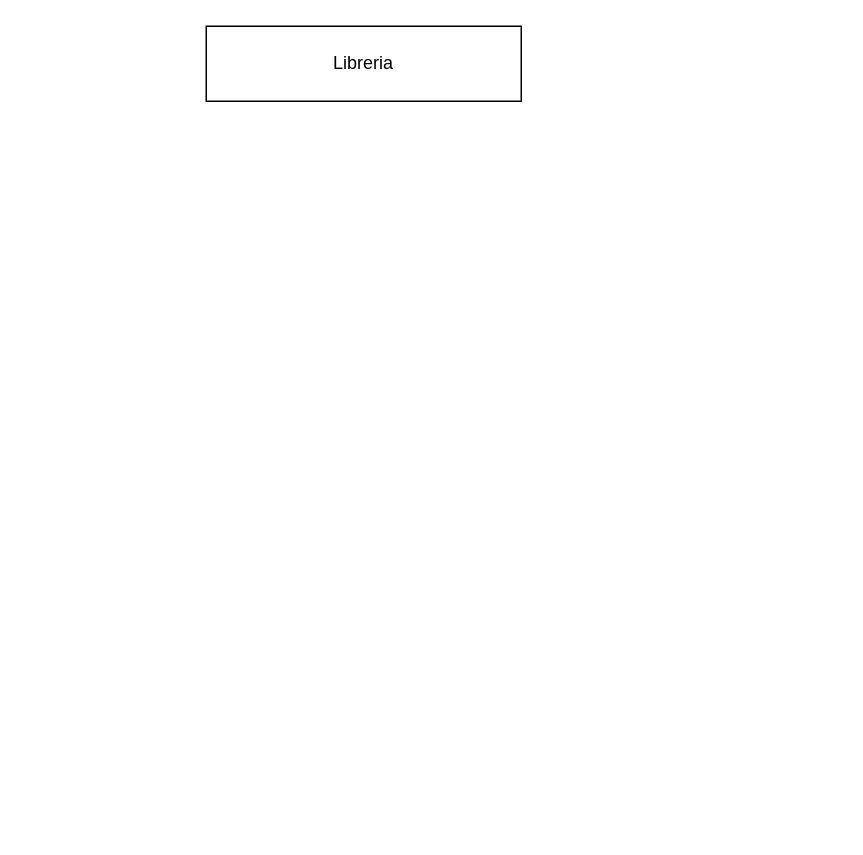
This is Cuadro Entidad Relacion Libreria.drawio from EzequielLST/SQL-Trabajo-final, a draw.io file, before an edit. Source tidied: cells renumbered, new cells numbered last; positions are measured from the earlier drawing's top-left corner, leaving out a move shared by most shapes. Both pictures are drawn from the tidied source at 150%, with x=0, y=0 at pixel (206, 26).
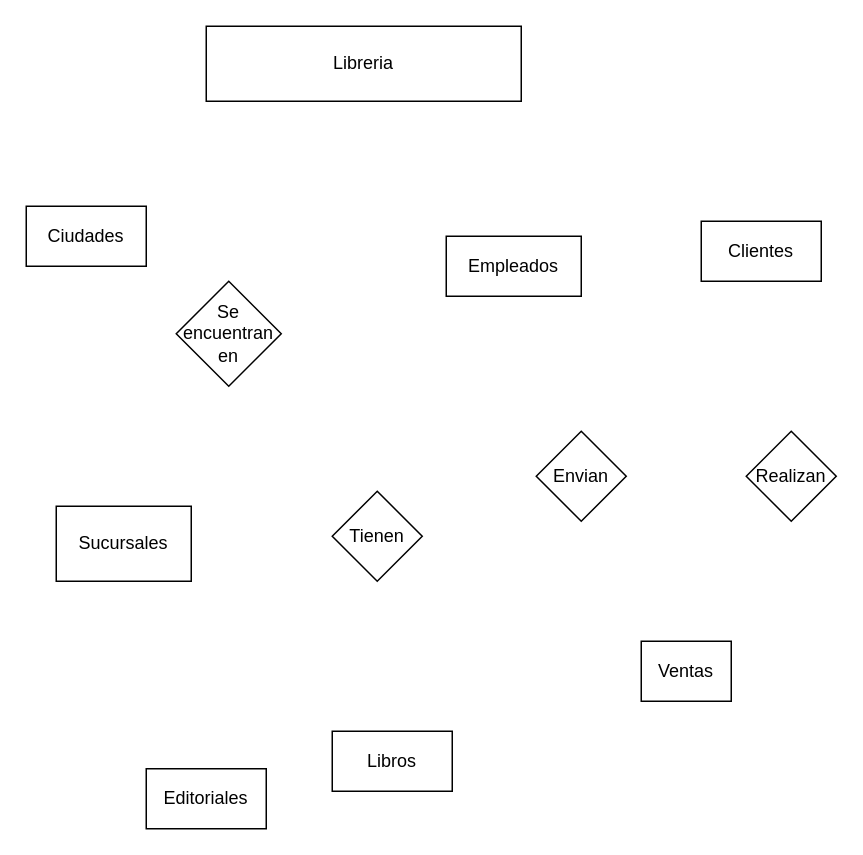
Above is the later version.

Diff of the diagram source:
```diff
@@
 <mxGraphModel>
   <root>
     <mxCell id="0" />
     <mxCell id="1" parent="0" />
     <mxCell id="2" value="Libreria" style="rounded=0;whiteSpace=wrap;html=1;" parent="1" vertex="1">
       <mxGeometry width="210" height="50" as="geometry" />
     </mxCell>
+    <mxCell id="3" value="Empleados" style="rounded=0;whiteSpace=wrap;html=1;" parent="1" vertex="1">
+      <mxGeometry x="160" y="140" width="90" height="40" as="geometry" />
+    </mxCell>
+    <mxCell id="4" value="Sucursales" style="rounded=0;whiteSpace=wrap;html=1;" parent="1" vertex="1">
+      <mxGeometry x="-100" y="320" width="90" height="50" as="geometry" />
+    </mxCell>
+    <mxCell id="5" value="Clientes" style="rounded=0;whiteSpace=wrap;html=1;" parent="1" vertex="1">
+      <mxGeometry x="330" y="130" width="80" height="40" as="geometry" />
+    </mxCell>
+    <mxCell id="6" value="Libros" style="rounded=0;whiteSpace=wrap;html=1;" parent="1" vertex="1">
+      <mxGeometry x="84" y="470" width="80" height="40" as="geometry" />
+    </mxCell>
+    <mxCell id="7" value="Editoriales" style="rounded=0;whiteSpace=wrap;html=1;" parent="1" vertex="1">
+      <mxGeometry x="-40" y="495" width="80" height="40" as="geometry" />
+    </mxCell>
+    <mxCell id="8" value="Tienen" style="rhombus;whiteSpace=wrap;html=1;" parent="1" vertex="1">
+      <mxGeometry x="84" y="310" width="60" height="60" as="geometry" />
+    </mxCell>
+    <mxCell id="9" value="Realizan" style="rhombus;whiteSpace=wrap;html=1;" parent="1" vertex="1">
+      <mxGeometry x="360" y="270" width="60" height="60" as="geometry" />
+    </mxCell>
+    <mxCell id="10" value="Envian" style="rhombus;whiteSpace=wrap;html=1;" parent="1" vertex="1">
+      <mxGeometry x="220" y="270" width="60" height="60" as="geometry" />
+    </mxCell>
+    <mxCell id="11" value="Se encuentran en" style="rhombus;whiteSpace=wrap;html=1;" parent="1" vertex="1">
+      <mxGeometry x="-20" y="170" width="70" height="70" as="geometry" />
+    </mxCell>
+    <mxCell id="12" value="Ciudades" style="rounded=0;whiteSpace=wrap;html=1;" parent="1" vertex="1">
+      <mxGeometry x="-120" y="120" width="80" height="40" as="geometry" />
+    </mxCell>
+    <mxCell id="13" value="Ventas" style="rounded=0;whiteSpace=wrap;html=1;" parent="1" vertex="1">
+      <mxGeometry x="290" y="410" width="60" height="40" as="geometry" />
+    </mxCell>
   </root>
 </mxGraphModel>
```
